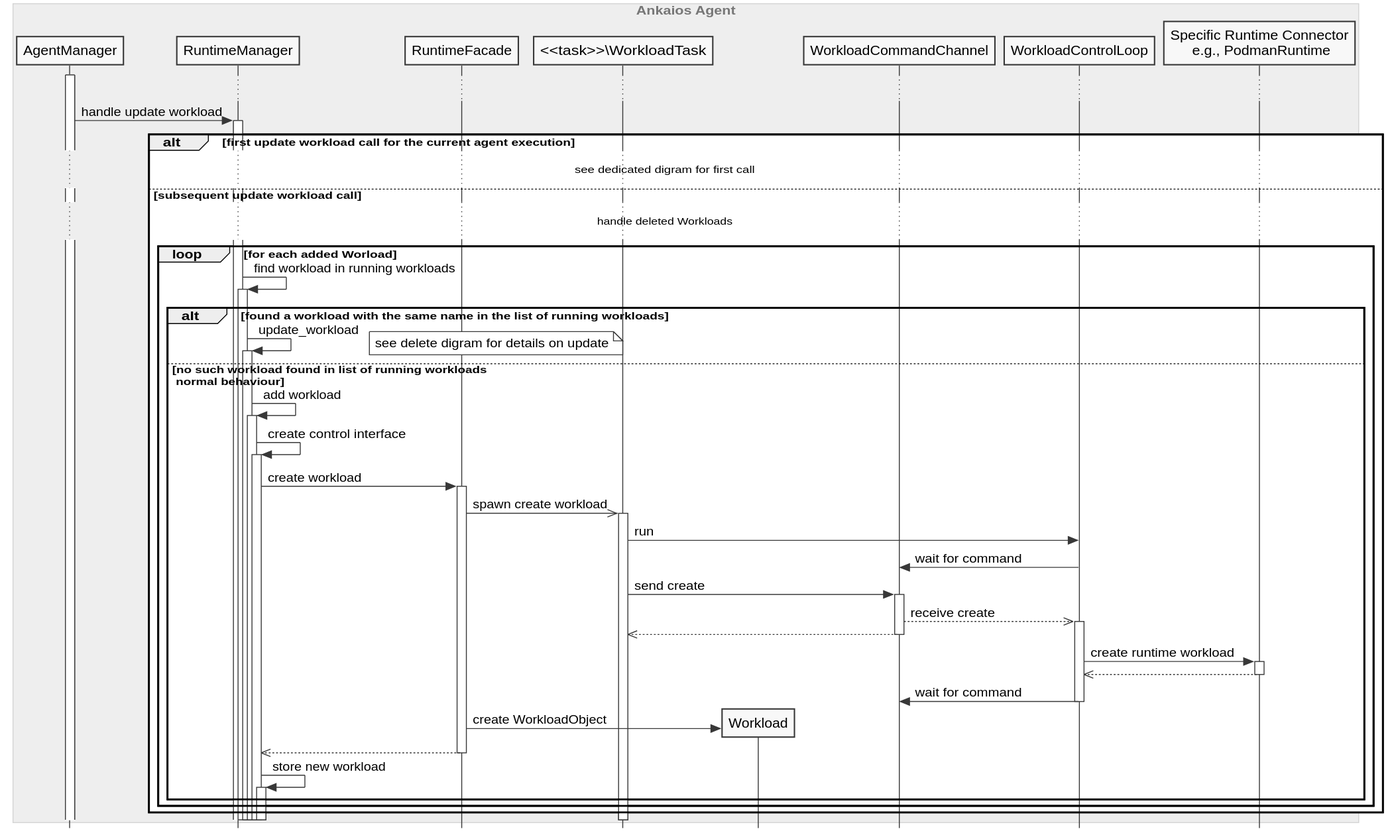
eclipse-ankaios/ankaios keeps this PlantUML diagram as agent/doc/swdesign/plantuml/seq_update_workload_subsequent_added.svg. Above is the earlier version.
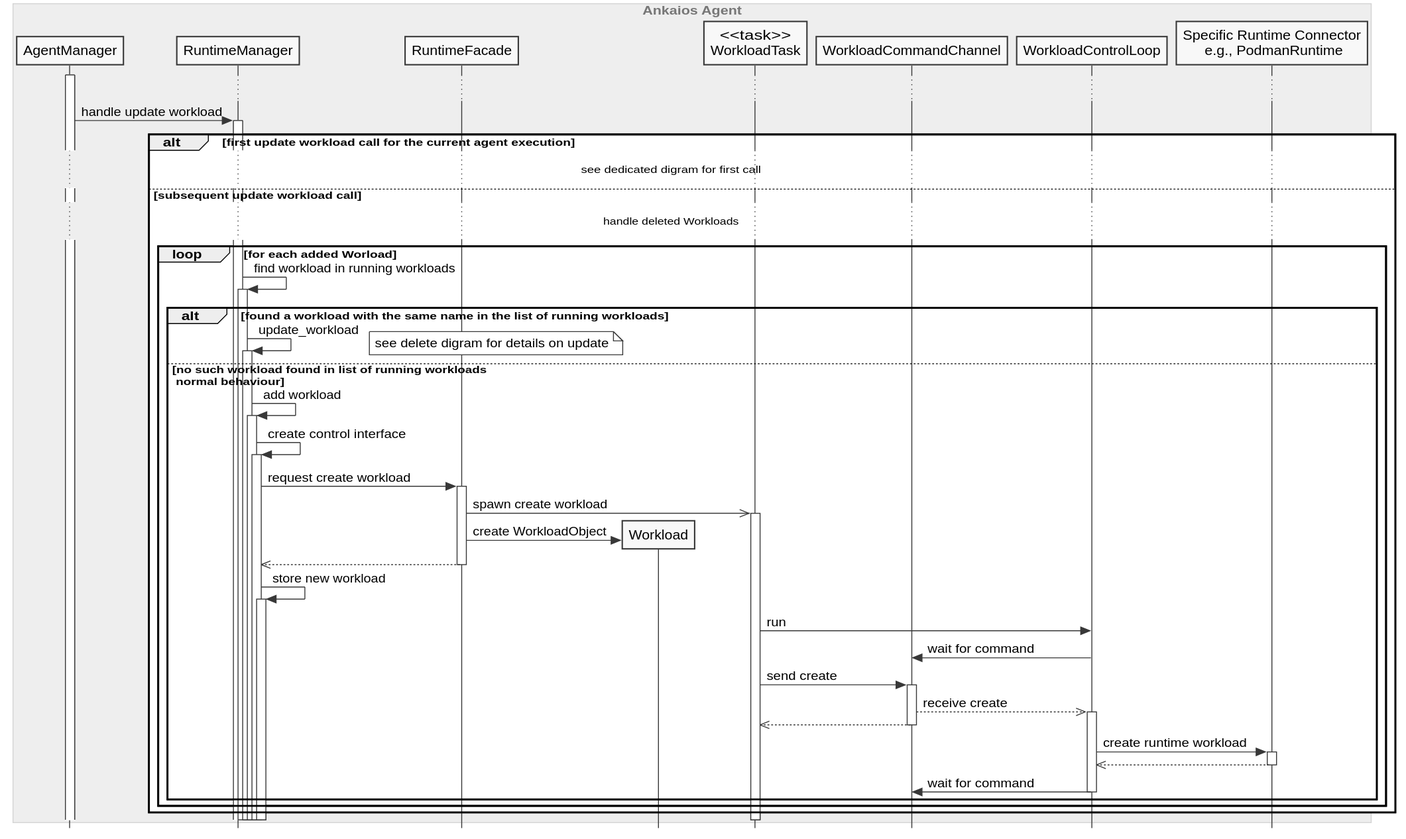
Later version of the same file.

Commit message:
Diagram improvements

The edit, as a diff of the source:
```diff
@@ -32,8 +32,8 @@
     participant "RuntimeManager" as runtime_manager
     participant "RuntimeFacade" as rt_facade
 
-    participant "<<task>>\WorkloadTask" as create_workload_task
     participant "Workload" as workload
+    participant "<<task>>\nWorkloadTask" as create_workload_task
     participant "WorkloadCommandChannel" as workload_command
     participant "WorkloadControlLoop" as workload_control_loop
 
@@ -62,8 +62,11 @@
         else no such workload found in list of running workloads \n normal behaviour
             runtime_manager -> runtime_manager++: add workload
             runtime_manager -> runtime_manager++--: create control interface
-            runtime_manager -> rt_facade++: create workload
+            runtime_manager -> rt_facade++: request create workload
             rt_facade ->> create_workload_task ++: spawn create workload
+            rt_facade -> workload **: create WorkloadObject
+            rt_facade -->> runtime_manager--
+            runtime_manager -> runtime_manager++--: store new workload
             create_workload_task -> workload_control_loop : run
             workload_control_loop -> workload_command: wait for command
             create_workload_task -> workload_command ++: send create
@@ -73,10 +76,6 @@
             runtime -->> workload_control_loop--
             workload_control_loop -> workload_command --: wait for command
             deactivate runtime
-
-            rt_facade -> workload **: create WorkloadObject
-            rt_facade -->> runtime_manager--
-            runtime_manager -> runtime_manager++--: store new workload
         end
     end
 end
```
